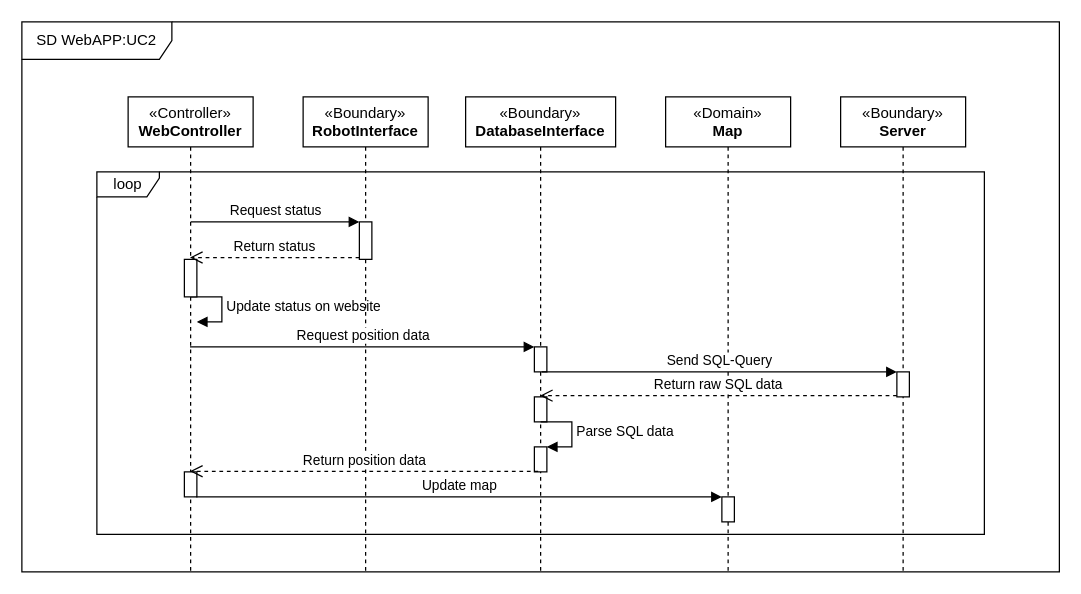
MkLJensen/iFollow keeps this draw.io diagram as Arkitektur/System Sekvens Diagrammer/WebAPPUC2SD.drawio. Above is the earlier version. Source tidied: cells renumbered, new cells numbered last; positions are measured from the earlier drawing's top-left corner, leaving out a move shared by most shapes. Both pictures are drawn from the tidied source at 125%, with x=0, y=0 at pixel (21, 21).
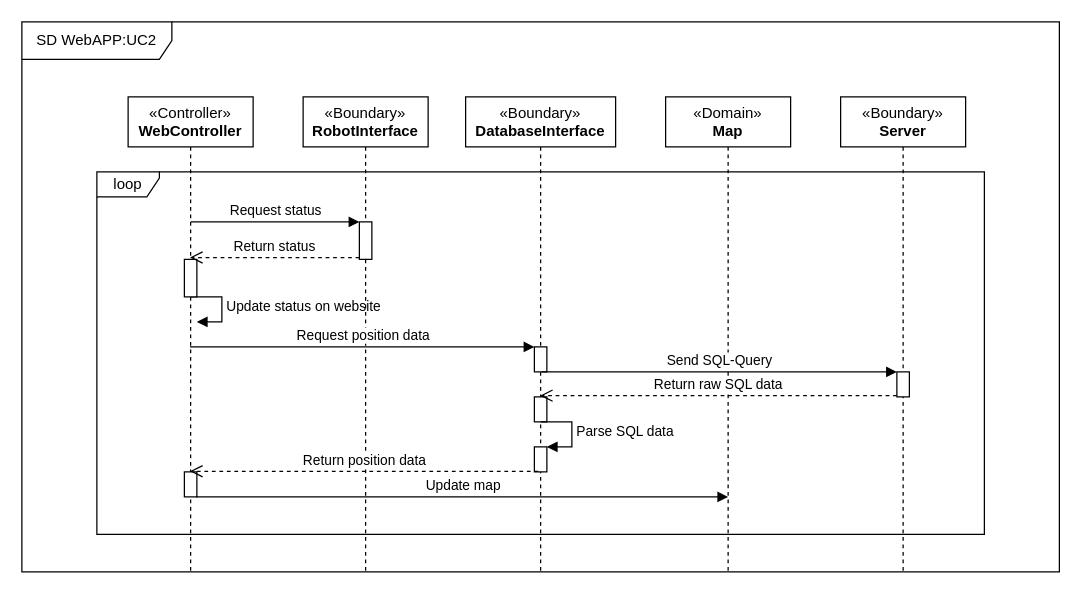
Above is the later version.

The change refers to these unchanged cells:
```xml
<mxCell id="16" value="&lt;span&gt;«Domain»&lt;/span&gt;&lt;br&gt;&lt;b&gt;Map&lt;/b&gt;&lt;br&gt;" style="shape=umlLifeline;perimeter=lifelinePerimeter;whiteSpace=wrap;html=1;" parent="1" vertex="1">
  <mxGeometry x="515" y="60" width="100" height="380" as="geometry" />
</mxCell>
```

Change to the diagram source:
```diff
@@
-    <mxCell id="17" style="html=1;points=[];perimeter=orthogonalPerimeter;" parent="16" vertex="1">
-      <mxGeometry x="45" y="320" width="10" height="20" as="geometry" />
-    </mxCell>
@@
-    <mxCell id="25" value="Update map" style="html=1;verticalAlign=bottom;endArrow=block;" parent="1" edge="1" target="17">
+    <mxCell id="25" value="Update map" style="html=1;verticalAlign=bottom;endArrow=block;" parent="1" edge="1">
       <mxGeometry relative="1" as="geometry">
         <mxPoint x="139.5" y="380" as="sourcePoint" />
+        <mxPoint x="565" y="380" as="targetPoint" />
       </mxGeometry>
     </mxCell>
```
